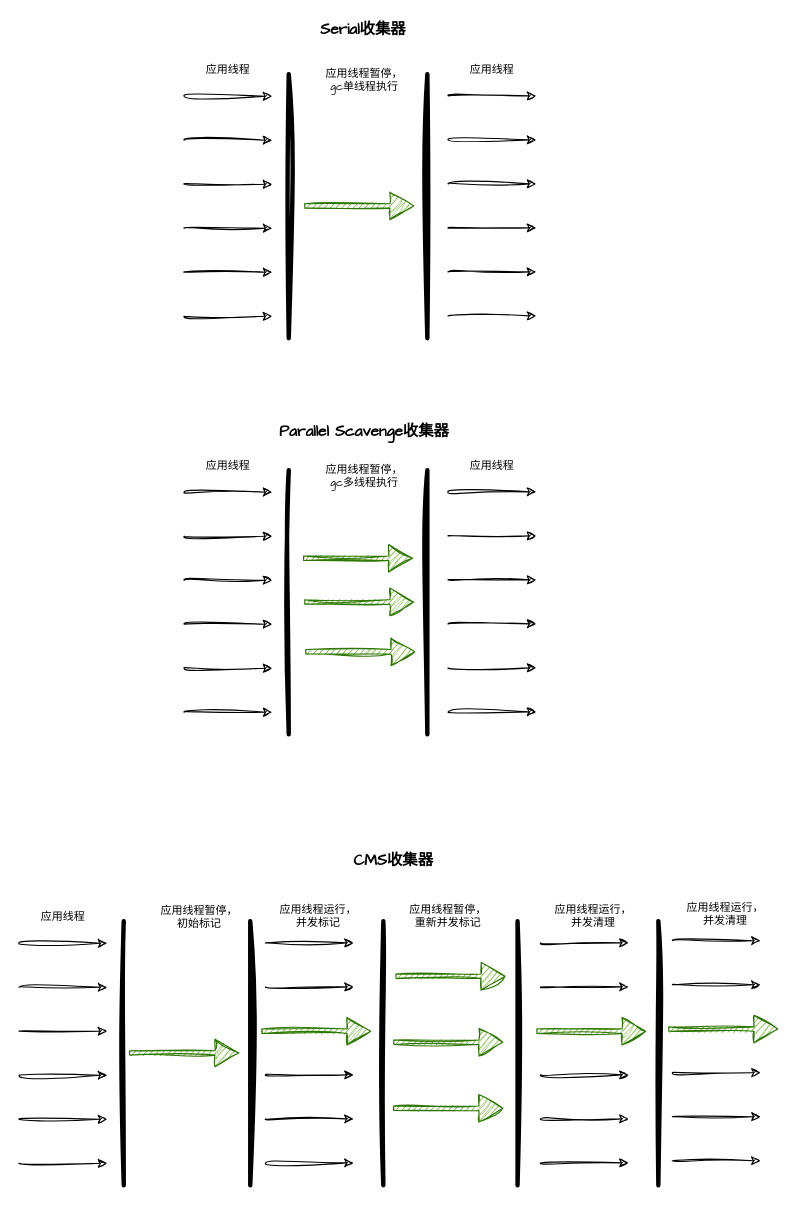
Above: page "垃圾回收器的流程图" (3 of 4) of docs/assets/drawio/类加载过程.drawio in qinguan1/qinguan1.github.io (draw.io), before the change. Source tidied: cells renumbered, new cells numbered last; positions are measured from the earlier drawing's top-left corner, leaving out a move shared by most shapes. Both pictures are drawn from the tidied source at 110%, with x=0, y=0 at pixel (19, 19).
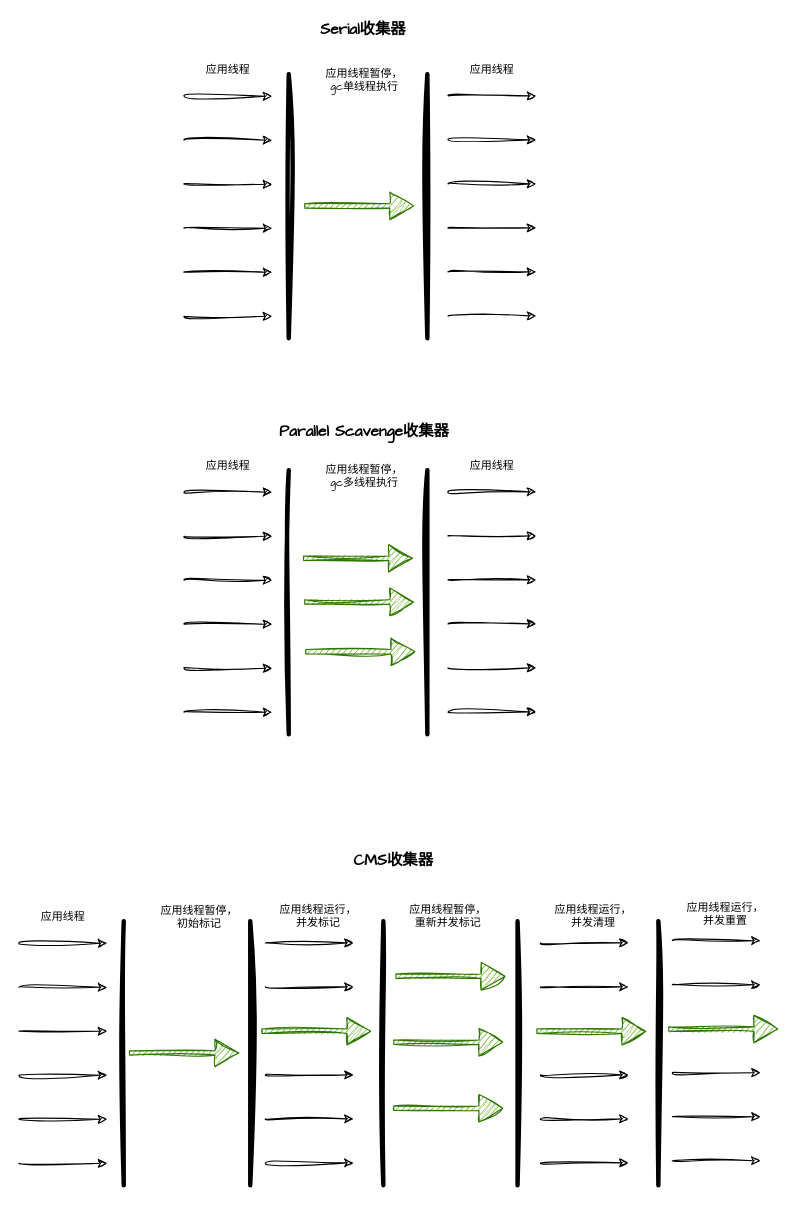
The same page after the edit.

Change to the diagram source:
```diff
@@
-    <mxCell id="80" value="应用线程运行，并发清理" style="text;html=1;strokeColor=none;fillColor=none;align=center;verticalAlign=middle;whiteSpace=wrap;rounded=0;fontSize=10;fontFamily=Architects Daughter;strokeWidth=1;" parent="1" vertex="1">
+    <mxCell id="80" value="应用线程运行，并发重置" style="text;html=1;strokeColor=none;fillColor=none;align=center;verticalAlign=middle;whiteSpace=wrap;rounded=0;fontSize=10;fontFamily=Architects Daughter;strokeWidth=1;" parent="1" vertex="1">
       <mxGeometry x="604" y="798" width="76" height="30" as="geometry" />
     </mxCell>
```
